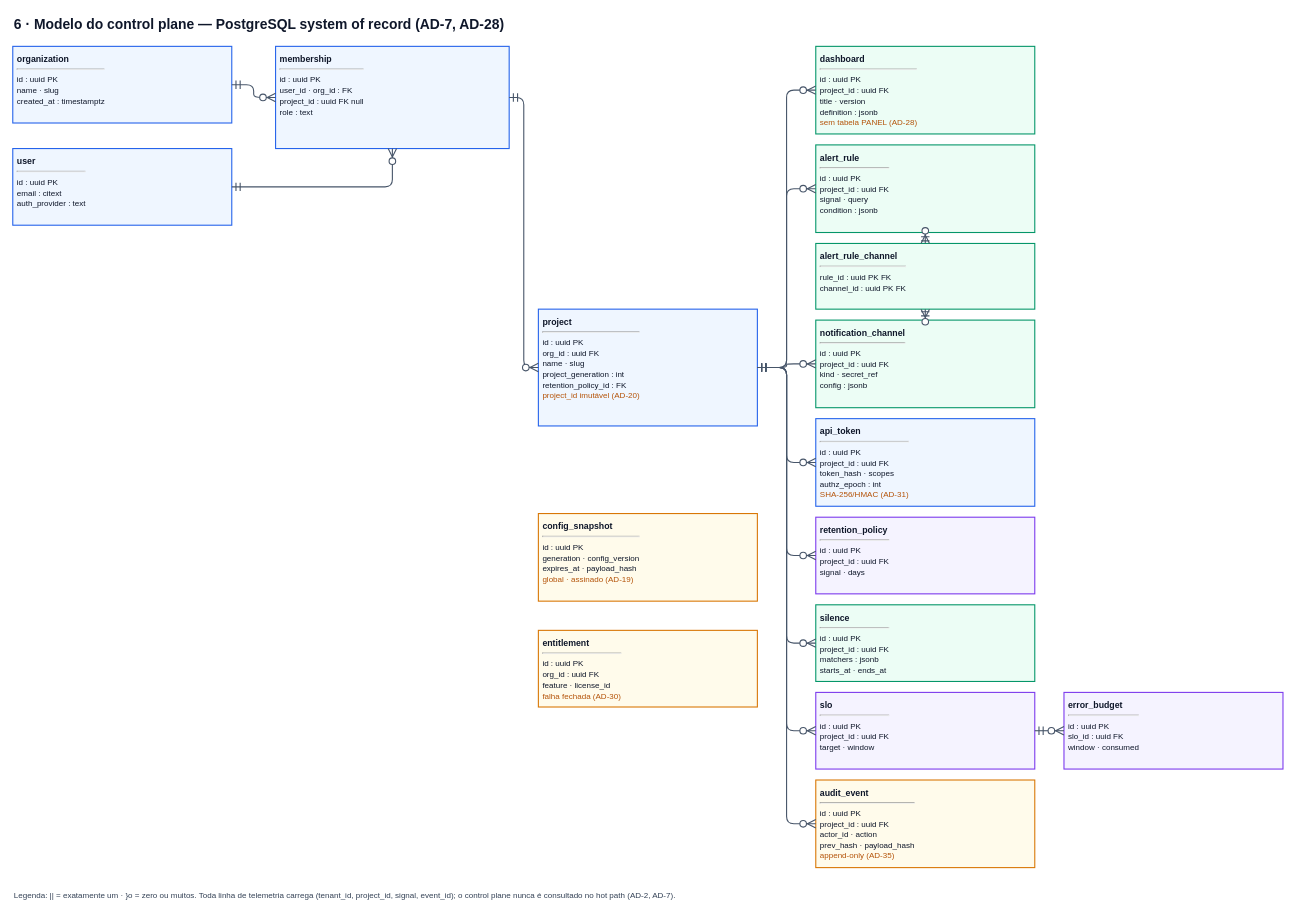
This is page "6 · Control plane (ERD)" (6 of 6) of docs/architecture/observaki-architecture.drawio from kaikeventura/observaki, a draw.io file, before an edit. Source tidied: cells renumbered, new cells numbered last; positions are measured from the earlier drawing's top-left corner, leaving out a move shared by most shapes. Both pictures are drawn from the tidied source at 73%, with x=0, y=0 at pixel (12, 12).
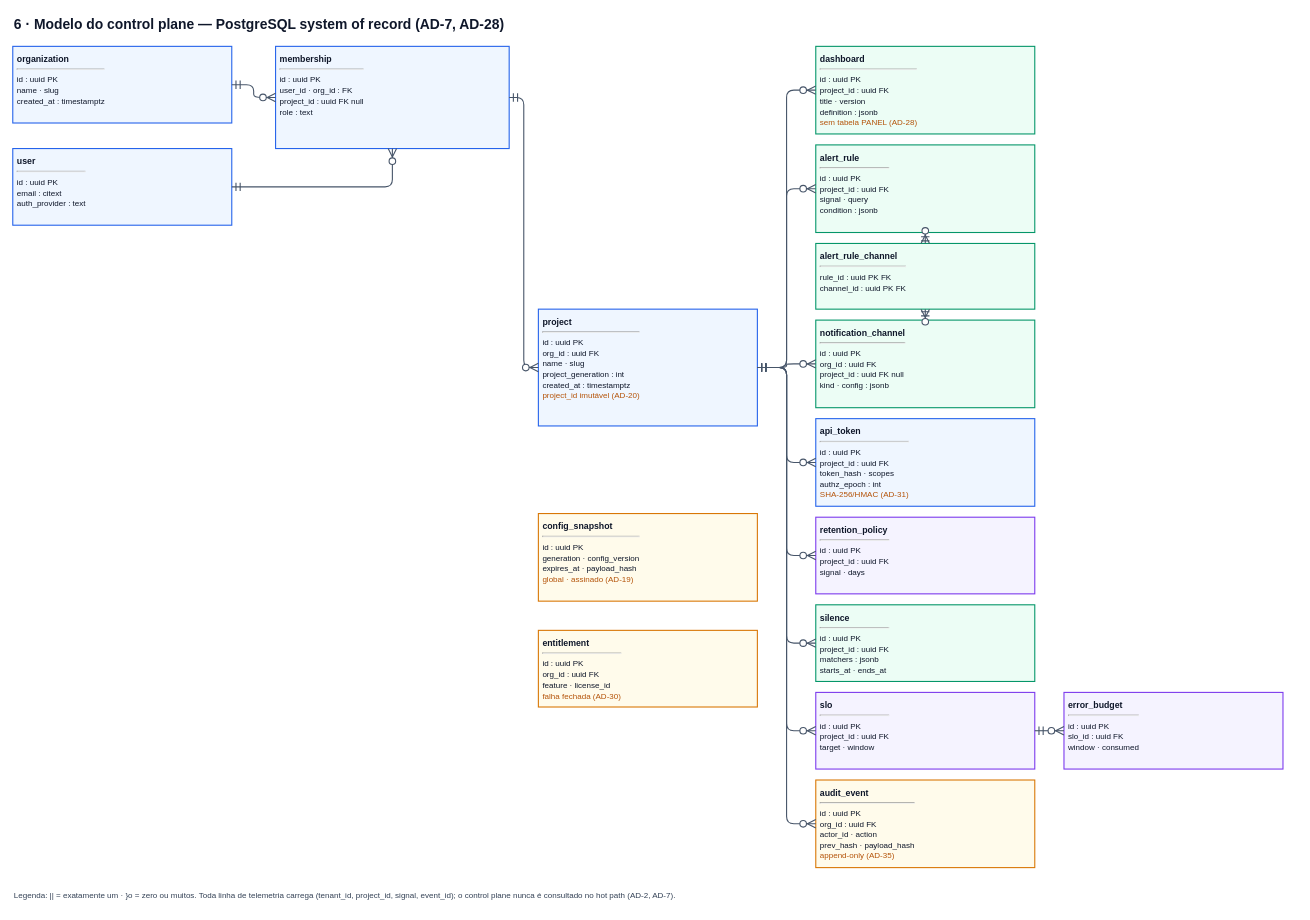
The same diagram, later.

Commit message (it also covers changes not shown here):
docs(architecture): align the control plane ERD with AD-28

The edit, as a diff of the source:
```diff
@@
-    <mxCell id="8" value="&lt;b&gt;project&lt;/b&gt;&lt;hr&gt;&lt;font style=&quot;font-size:11px&quot;&gt;id : uuid PK&lt;br&gt;org_id : uuid FK&lt;br&gt;name · slug&lt;br&gt;project_generation : int&lt;br&gt;retention_policy_id : FK&lt;br&gt;&lt;font color=&quot;#B45309&quot;&gt;project_id imutável (AD-20)&lt;/font&gt;&lt;/font&gt;" style="rounded=0;whiteSpace=wrap;html=1;align=left;verticalAlign=top;spacing=6;fontFamily=Helvetica;fillColor=#EFF6FF;strokeColor=#2563EB;strokeWidth=1.5;fontColor=#0F172A;fontSize=12;" parent="1" vertex="1">
+    <mxCell id="8" value="&lt;b&gt;project&lt;/b&gt;&lt;hr&gt;&lt;font style=&quot;font-size:11px&quot;&gt;id : uuid PK&lt;br&gt;org_id : uuid FK&lt;br&gt;name · slug&lt;br&gt;project_generation : int&lt;br&gt;created_at : timestamptz&lt;br&gt;&lt;font color=&quot;#B45309&quot;&gt;project_id imutável (AD-20)&lt;/font&gt;&lt;/font&gt;" style="rounded=0;whiteSpace=wrap;html=1;align=left;verticalAlign=top;spacing=6;fontFamily=Helvetica;fillColor=#EFF6FF;strokeColor=#2563EB;strokeWidth=1.5;fontColor=#0F172A;fontSize=12;" parent="1" vertex="1">
       <mxGeometry x="720" y="406" width="300" height="160" as="geometry" />
     </mxCell>
@@
-    <mxCell id="12" value="&lt;b&gt;notification_channel&lt;/b&gt;&lt;hr&gt;&lt;font style=&quot;font-size:11px&quot;&gt;id : uuid PK&lt;br&gt;project_id : uuid FK&lt;br&gt;kind · secret_ref&lt;br&gt;config : jsonb&lt;/font&gt;" style="rounded=0;whiteSpace=wrap;html=1;align=left;verticalAlign=top;spacing=6;fontFamily=Helvetica;fillColor=#ECFDF5;strokeColor=#059669;strokeWidth=1.5;fontColor=#0F172A;fontSize=12;" parent="1" vertex="1">
+    <mxCell id="12" value="&lt;b&gt;notification_channel&lt;/b&gt;&lt;hr&gt;&lt;font style=&quot;font-size:11px&quot;&gt;id : uuid PK&lt;br&gt;org_id : uuid FK&lt;br&gt;project_id : uuid FK null&lt;br&gt;kind · config : jsonb&lt;/font&gt;" style="rounded=0;whiteSpace=wrap;html=1;align=left;verticalAlign=top;spacing=6;fontFamily=Helvetica;fillColor=#ECFDF5;strokeColor=#059669;strokeWidth=1.5;fontColor=#0F172A;fontSize=12;" parent="1" vertex="1">
       <mxGeometry x="1100" y="421" width="300" height="120" as="geometry" />
     </mxCell>
@@
-    <mxCell id="17" value="&lt;b&gt;audit_event&lt;/b&gt;&lt;hr&gt;&lt;font style=&quot;font-size:11px&quot;&gt;id : uuid PK&lt;br&gt;project_id : uuid FK&lt;br&gt;actor_id · action&lt;br&gt;prev_hash · payload_hash&lt;br&gt;&lt;font color=&quot;#B45309&quot;&gt;append-only (AD-35)&lt;/font&gt;&lt;/font&gt;" style="rounded=0;whiteSpace=wrap;html=1;align=left;verticalAlign=top;spacing=6;fontFamily=Helvetica;fillColor=#FFFBEB;strokeColor=#D97706;strokeWidth=1.5;fontColor=#0F172A;fontSize=12;" parent="1" vertex="1">
+    <mxCell id="17" value="&lt;b&gt;audit_event&lt;/b&gt;&lt;hr&gt;&lt;font style=&quot;font-size:11px&quot;&gt;id : uuid PK&lt;br&gt;org_id : uuid FK&lt;br&gt;actor_id · action&lt;br&gt;prev_hash · payload_hash&lt;br&gt;&lt;font color=&quot;#B45309&quot;&gt;append-only (AD-35)&lt;/font&gt;&lt;/font&gt;" style="rounded=0;whiteSpace=wrap;html=1;align=left;verticalAlign=top;spacing=6;fontFamily=Helvetica;fillColor=#FFFBEB;strokeColor=#D97706;strokeWidth=1.5;fontColor=#0F172A;fontSize=12;" parent="1" vertex="1">
       <mxGeometry x="1100" y="1051" width="300" height="120" as="geometry" />
     </mxCell>
```
